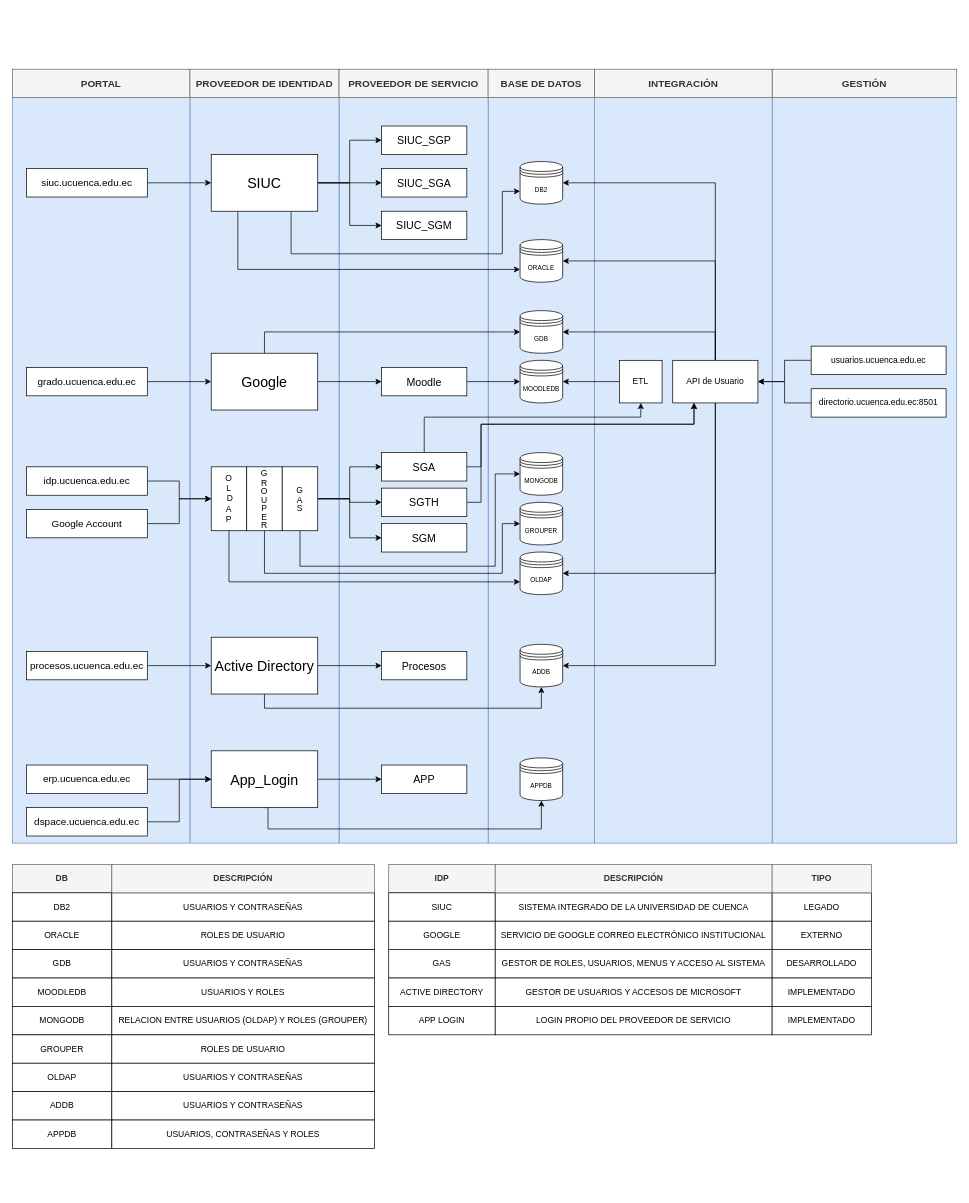
The draw.io diagram Diagrama sin título.drawio in Xissco/codeWars, before the edit. Source tidied: cells renumbered, new cells numbered last; positions are measured from the earlier drawing's top-left corner, leaving out a move shared by most shapes. Both pictures are drawn from the tidied source at 71%, with x=0, y=0 at pixel (12, 69).
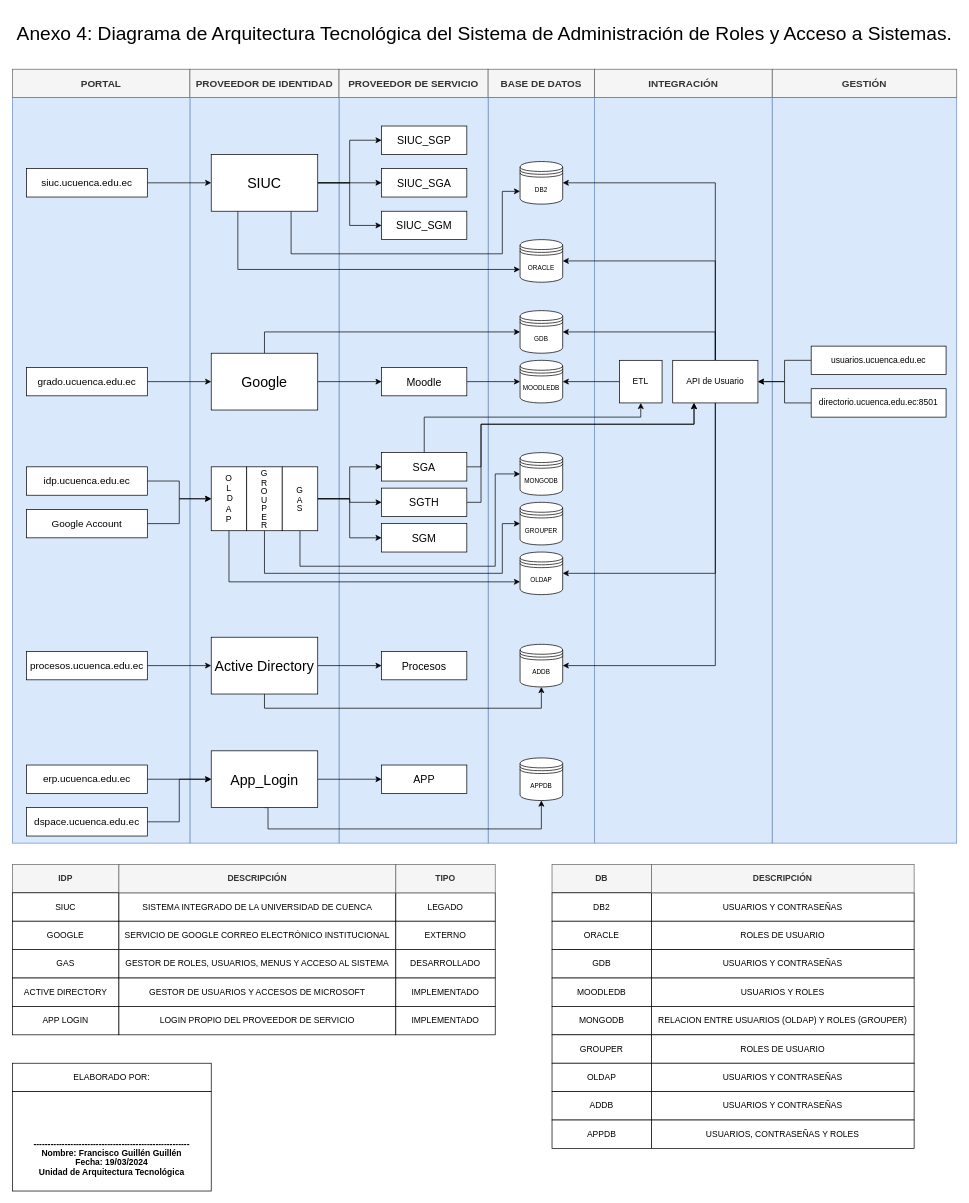
Above is the later version.

The edit, as a diff of the source:
```diff
@@
     <mxCell id="72" value="IDP" style="rounded=0;whiteSpace=wrap;html=1;fillColor=#f5f5f5;strokeColor=#666666;fontColor=#333333;fontStyle=1;" parent="1" vertex="1">
-      <mxGeometry x="530" y="1120" width="150" height="40" as="geometry" />
+      <mxGeometry y="1120" width="150" height="40" as="geometry" />
     </mxCell>
     <mxCell id="73" value="GAS" style="rounded=0;whiteSpace=wrap;html=1;" parent="1" vertex="1">
-      <mxGeometry x="530" y="1240" width="150" height="40" as="geometry" />
+      <mxGeometry y="1240" width="150" height="40" as="geometry" />
     </mxCell>
     <mxCell id="74" value="ACTIVE DIRECTORY" style="rounded=0;whiteSpace=wrap;html=1;" parent="1" vertex="1">
-      <mxGeometry x="530" y="1280" width="150" height="40" as="geometry" />
+      <mxGeometry y="1280" width="150" height="40" as="geometry" />
     </mxCell>
     <mxCell id="75" value="SIUC" style="rounded=0;whiteSpace=wrap;html=1;" parent="1" vertex="1">
-      <mxGeometry x="530" y="1160" width="150" height="40" as="geometry" />
+      <mxGeometry y="1160" width="150" height="40" as="geometry" />
     </mxCell>
     <mxCell id="76" value="GOOGLE" style="rounded=0;whiteSpace=wrap;html=1;" parent="1" vertex="1">
-      <mxGeometry x="530" y="1200" width="150" height="40" as="geometry" />
+      <mxGeometry y="1200" width="150" height="40" as="geometry" />
     </mxCell>
     <mxCell id="77" value="APP LOGIN" style="rounded=0;whiteSpace=wrap;html=1;" parent="1" vertex="1">
-      <mxGeometry x="530" y="1320" width="150" height="40" as="geometry" />
+      <mxGeometry y="1320" width="150" height="40" as="geometry" />
     </mxCell>
     <mxCell id="78" value="GESTOR DE ROLES, USUARIOS, MENUS Y ACCESO AL SISTEMA" style="rounded=0;whiteSpace=wrap;html=1;" parent="1" vertex="1">
-      <mxGeometry x="680" y="1240" width="390" height="40" as="geometry" />
+      <mxGeometry x="150" y="1240" width="390" height="40" as="geometry" />
     </mxCell>
     <mxCell id="79" value="DESARROLLADO" style="rounded=0;whiteSpace=wrap;html=1;" parent="1" vertex="1">
-      <mxGeometry x="1070" y="1240" width="140" height="40" as="geometry" />
+      <mxGeometry x="540" y="1240" width="140" height="40" as="geometry" />
     </mxCell>
     <mxCell id="80" value="GESTOR DE USUARIOS Y ACCESOS DE MICROSOFT" style="rounded=0;whiteSpace=wrap;html=1;" parent="1" vertex="1">
-      <mxGeometry x="680" y="1280" width="390" height="40" as="geometry" />
+      <mxGeometry x="150" y="1280" width="390" height="40" as="geometry" />
     </mxCell>
     <mxCell id="81" value="IMPLEMENTADO" style="rounded=0;whiteSpace=wrap;html=1;" parent="1" vertex="1">
-      <mxGeometry x="1070" y="1280" width="140" height="40" as="geometry" />
+      <mxGeometry x="540" y="1280" width="140" height="40" as="geometry" />
     </mxCell>
     <mxCell id="82" value="SISTEMA INTEGRADO DE LA UNIVERSIDAD DE CUENCA" style="rounded=0;whiteSpace=wrap;html=1;" parent="1" vertex="1">
-      <mxGeometry x="680" y="1160" width="390" height="40" as="geometry" />
+      <mxGeometry x="150" y="1160" width="390" height="40" as="geometry" />
     </mxCell>
     <mxCell id="83" value="LEGADO" style="rounded=0;whiteSpace=wrap;html=1;" parent="1" vertex="1">
-      <mxGeometry x="1070" y="1160" width="140" height="40" as="geometry" />
+      <mxGeometry x="540" y="1160" width="140" height="40" as="geometry" />
     </mxCell>
     <mxCell id="84" value="SERVICIO DE GOOGLE CORREO ELECTRÓNICO INSTITUCIONAL" style="rounded=0;whiteSpace=wrap;html=1;" parent="1" vertex="1">
-      <mxGeometry x="680" y="1200" width="390" height="40" as="geometry" />
+      <mxGeometry x="150" y="1200" width="390" height="40" as="geometry" />
     </mxCell>
     <mxCell id="85" value="EXTERNO" style="rounded=0;whiteSpace=wrap;html=1;" parent="1" vertex="1">
-      <mxGeometry x="1070" y="1200" width="140" height="40" as="geometry" />
+      <mxGeometry x="540" y="1200" width="140" height="40" as="geometry" />
     </mxCell>
     <mxCell id="86" value="LOGIN PROPIO DEL PROVEEDOR DE SERVICIO" style="rounded=0;whiteSpace=wrap;html=1;" parent="1" vertex="1">
-      <mxGeometry x="680" y="1320" width="390" height="40" as="geometry" />
+      <mxGeometry x="150" y="1320" width="390" height="40" as="geometry" />
     </mxCell>
     <mxCell id="87" value="IMPLEMENTADO" style="rounded=0;whiteSpace=wrap;html=1;" parent="1" vertex="1">
-      <mxGeometry x="1070" y="1320" width="140" height="40" as="geometry" />
+      <mxGeometry x="540" y="1320" width="140" height="40" as="geometry" />
     </mxCell>
     <mxCell id="88" value="DESCRIPCIÓN" style="rounded=0;whiteSpace=wrap;html=1;fillColor=#f5f5f5;fontColor=#333333;strokeColor=#666666;fontStyle=1;" parent="1" vertex="1">
-      <mxGeometry x="680" y="1120" width="390" height="40" as="geometry" />
+      <mxGeometry x="150" y="1120" width="390" height="40" as="geometry" />
     </mxCell>
     <mxCell id="89" value="TIPO" style="rounded=0;whiteSpace=wrap;html=1;fillColor=#f5f5f5;fontColor=#333333;strokeColor=#666666;fontStyle=1;" parent="1" vertex="1">
-      <mxGeometry x="1070" y="1120" width="140" height="40" as="geometry" />
+      <mxGeometry x="540" y="1120" width="140" height="40" as="geometry" />
     </mxCell>
@@
     <mxCell id="104" value="DB" style="rounded=0;whiteSpace=wrap;html=1;fillColor=#f5f5f5;strokeColor=#666666;fontColor=#333333;fontStyle=1;" parent="1" vertex="1">
-      <mxGeometry y="1120" width="140" height="40" as="geometry" />
+      <mxGeometry x="760" y="1120" width="140" height="40" as="geometry" />
     </mxCell>
     <mxCell id="105" value="DB2" style="rounded=0;whiteSpace=wrap;html=1;" parent="1" vertex="1">
-      <mxGeometry y="1160" width="140" height="40" as="geometry" />
+      <mxGeometry x="760" y="1160" width="140" height="40" as="geometry" />
     </mxCell>
     <mxCell id="106" value="ORACLE" style="rounded=0;whiteSpace=wrap;html=1;" parent="1" vertex="1">
-      <mxGeometry y="1200" width="140" height="40" as="geometry" />
+      <mxGeometry x="760" y="1200" width="140" height="40" as="geometry" />
     </mxCell>
     <mxCell id="107" value="GDB" style="rounded=0;whiteSpace=wrap;html=1;" parent="1" vertex="1">
-      <mxGeometry y="1240" width="140" height="40" as="geometry" />
+      <mxGeometry x="760" y="1240" width="140" height="40" as="geometry" />
     </mxCell>
     <mxCell id="108" value="MOODLEDB" style="rounded=0;whiteSpace=wrap;html=1;" parent="1" vertex="1">
-      <mxGeometry y="1280" width="140" height="40" as="geometry" />
+      <mxGeometry x="760" y="1280" width="140" height="40" as="geometry" />
     </mxCell>
     <mxCell id="109" value="MONGODB" style="rounded=0;whiteSpace=wrap;html=1;" parent="1" vertex="1">
-      <mxGeometry y="1320" width="140" height="40" as="geometry" />
+      <mxGeometry x="760" y="1320" width="140" height="40" as="geometry" />
     </mxCell>
     <mxCell id="110" value="USUARIOS Y CONTRASEÑAS" style="rounded=0;whiteSpace=wrap;html=1;" parent="1" vertex="1">
-      <mxGeometry x="140" y="1160" width="370" height="40" as="geometry" />
+      <mxGeometry x="900" y="1160" width="370" height="40" as="geometry" />
     </mxCell>
     <mxCell id="111" value="ROLES DE USUARIO" style="rounded=0;whiteSpace=wrap;html=1;" parent="1" vertex="1">
-      <mxGeometry x="140" y="1200" width="370" height="40" as="geometry" />
+      <mxGeometry x="900" y="1200" width="370" height="40" as="geometry" />
     </mxCell>
     <mxCell id="112" value="USUARIOS Y CONTRASEÑAS" style="rounded=0;whiteSpace=wrap;html=1;" parent="1" vertex="1">
-      <mxGeometry x="140" y="1240" width="370" height="40" as="geometry" />
+      <mxGeometry x="900" y="1240" width="370" height="40" as="geometry" />
     </mxCell>
     <mxCell id="113" value="USUARIOS Y ROLES" style="rounded=0;whiteSpace=wrap;html=1;" parent="1" vertex="1">
-      <mxGeometry x="140" y="1280" width="370" height="40" as="geometry" />
+      <mxGeometry x="900" y="1280" width="370" height="40" as="geometry" />
     </mxCell>
     <mxCell id="114" value="RELACION ENTRE USUARIOS (OLDAP) Y ROLES (GROUPER)" style="rounded=0;whiteSpace=wrap;html=1;" parent="1" vertex="1">
-      <mxGeometry x="140" y="1320" width="370" height="40" as="geometry" />
+      <mxGeometry x="900" y="1320" width="370" height="40" as="geometry" />
     </mxCell>
     <mxCell id="115" value="DESCRIPCIÓN" style="rounded=0;whiteSpace=wrap;html=1;fillColor=#f5f5f5;fontColor=#333333;strokeColor=#666666;fontStyle=1;" parent="1" vertex="1">
-      <mxGeometry x="140" y="1120" width="370" height="40" as="geometry" />
+      <mxGeometry x="900" y="1120" width="370" height="40" as="geometry" />
     </mxCell>
     <mxCell id="116" value="GROUPER" style="rounded=0;whiteSpace=wrap;html=1;" parent="1" vertex="1">
-      <mxGeometry y="1360" width="140" height="40" as="geometry" />
+      <mxGeometry x="760" y="1360" width="140" height="40" as="geometry" />
     </mxCell>
     <mxCell id="117" value="OLDAP" style="rounded=0;whiteSpace=wrap;html=1;" parent="1" vertex="1">
-      <mxGeometry y="1400" width="140" height="40" as="geometry" />
+      <mxGeometry x="760" y="1400" width="140" height="40" as="geometry" />
     </mxCell>
     <mxCell id="118" value="ADDB" style="rounded=0;whiteSpace=wrap;html=1;" parent="1" vertex="1">
-      <mxGeometry y="1440" width="140" height="40" as="geometry" />
+      <mxGeometry x="760" y="1440" width="140" height="40" as="geometry" />
     </mxCell>
     <mxCell id="119" value="APPDB" style="rounded=0;whiteSpace=wrap;html=1;" parent="1" vertex="1">
-      <mxGeometry y="1480" width="140" height="40" as="geometry" />
+      <mxGeometry x="760" y="1480" width="140" height="40" as="geometry" />
     </mxCell>
     <mxCell id="120" value="ROLES DE USUARIO" style="rounded=0;whiteSpace=wrap;html=1;" parent="1" vertex="1">
-      <mxGeometry x="140" y="1360" width="370" height="40" as="geometry" />
+      <mxGeometry x="900" y="1360" width="370" height="40" as="geometry" />
     </mxCell>
     <mxCell id="121" value="USUARIOS Y CONTRASEÑAS" style="rounded=0;whiteSpace=wrap;html=1;" parent="1" vertex="1">
-      <mxGeometry x="140" y="1400" width="370" height="40" as="geometry" />
+      <mxGeometry x="900" y="1400" width="370" height="40" as="geometry" />
     </mxCell>
     <mxCell id="122" value="USUARIOS Y CONTRASEÑAS" style="rounded=0;whiteSpace=wrap;html=1;" parent="1" vertex="1">
-      <mxGeometry x="140" y="1440" width="370" height="40" as="geometry" />
+      <mxGeometry x="900" y="1440" width="370" height="40" as="geometry" />
     </mxCell>
     <mxCell id="123" value="USUARIOS, CONTRASEÑAS Y ROLES" style="rounded=0;whiteSpace=wrap;html=1;" parent="1" vertex="1">
-      <mxGeometry x="140" y="1480" width="370" height="40" as="geometry" />
+      <mxGeometry x="900" y="1480" width="370" height="40" as="geometry" />
     </mxCell>
+    <mxCell id="124" value="&lt;span style=&quot;font-size: 27px;&quot; id=&quot;docs-internal-guid-ebf7507b-7fff-0788-45e1-9e3aa6f0f2fe&quot;&gt;&lt;span style=&quot;font-size: 27px; background-color: transparent; font-variant-numeric: normal; font-variant-east-asian: normal; font-variant-alternates: normal; font-variant-position: normal; vertical-align: baseline; white-space-collapse: preserve;&quot;&gt;Anexo 4: Diagrama de Arquitectura Tecnológica del Sistema de Administración de Roles y Acceso a Sistemas.&lt;/span&gt;&lt;/span&gt;" style="rounded=0;whiteSpace=wrap;html=1;fontSize=27;fontFamily=Helvetica;fillColor=none;strokeColor=none;" parent="1" vertex="1">
+      <mxGeometry y="-80" width="1330" height="60" as="geometry" />
+    </mxCell>
+    <mxCell id="125" style="edgeStyle=orthogonalEdgeStyle;rounded=0;jettySize=auto;html=1;" parent="1" edge="1" source="126" target="127">
+      <mxGeometry relative="1" as="geometry" />
+    </mxCell>
+    <mxCell id="126" value="ELABORADO POR:" style="rounded=0;whiteSpace=wrap;html=1;" parent="1" vertex="1">
+      <mxGeometry y="1400" width="280" height="40" as="geometry" />
+    </mxCell>
+    <mxCell id="127" value="&lt;p class=&quot;MsoNormal&quot; align=&quot;center&quot; style=&quot;line-height: 10%;&quot;&gt;&lt;b&gt;&lt;span style=&quot;&quot;&gt;&lt;br&gt;&lt;/span&gt;&lt;/b&gt;&lt;/p&gt;&lt;p class=&quot;MsoNormal&quot; align=&quot;center&quot; style=&quot;line-height: 10%;&quot;&gt;&lt;br&gt;&lt;/p&gt;&lt;p class=&quot;MsoNormal&quot; align=&quot;center&quot; style=&quot;line-height: 10%;&quot;&gt;&lt;b&gt;&lt;span style=&quot;&quot;&gt;&lt;br&gt;&lt;/span&gt;&lt;/b&gt;&lt;/p&gt;&lt;p class=&quot;MsoNormal&quot; align=&quot;center&quot; style=&quot;line-height: 10%;&quot;&gt;&lt;b&gt;&lt;span style=&quot;&quot;&gt;-------------------------------------------------------&lt;/span&gt;&lt;/b&gt;&lt;/p&gt;&lt;p class=&quot;MsoNormal&quot; align=&quot;center&quot; style=&quot;line-height: 10%;&quot;&gt;&lt;b&gt;&lt;span style=&quot;&quot;&gt;Nombre: Francisco Guillén Guillén&lt;/span&gt;&lt;/b&gt;&lt;/p&gt;&lt;p class=&quot;MsoNormal&quot; align=&quot;center&quot; style=&quot;line-height: 10%;&quot;&gt;&lt;b&gt;&lt;span style=&quot;&quot;&gt;Fecha: 19/03/2024&lt;/span&gt;&lt;/b&gt;&lt;/p&gt;&lt;p class=&quot;MsoNormal&quot; align=&quot;center&quot; style=&quot;line-height: 10%;&quot;&gt;&lt;b&gt;&lt;span style=&quot;&quot;&gt;Unidad de Arquitectura Tecnológica&lt;/span&gt;&lt;/b&gt;&lt;/p&gt;&lt;p class=&quot;MsoNormal&quot; align=&quot;center&quot; style=&quot;line-height: 10%;&quot;&gt;&lt;b&gt;&lt;span style=&quot;&quot;&gt;&lt;br&gt;&lt;/span&gt;&lt;/b&gt;&lt;/p&gt;" style="rounded=0;whiteSpace=wrap;html=1;spacing=0;fontFamily=Helvetica;verticalAlign=bottom;" parent="1" vertex="1">
+      <mxGeometry y="1440" width="280" height="140" as="geometry" />
+    </mxCell>
```
